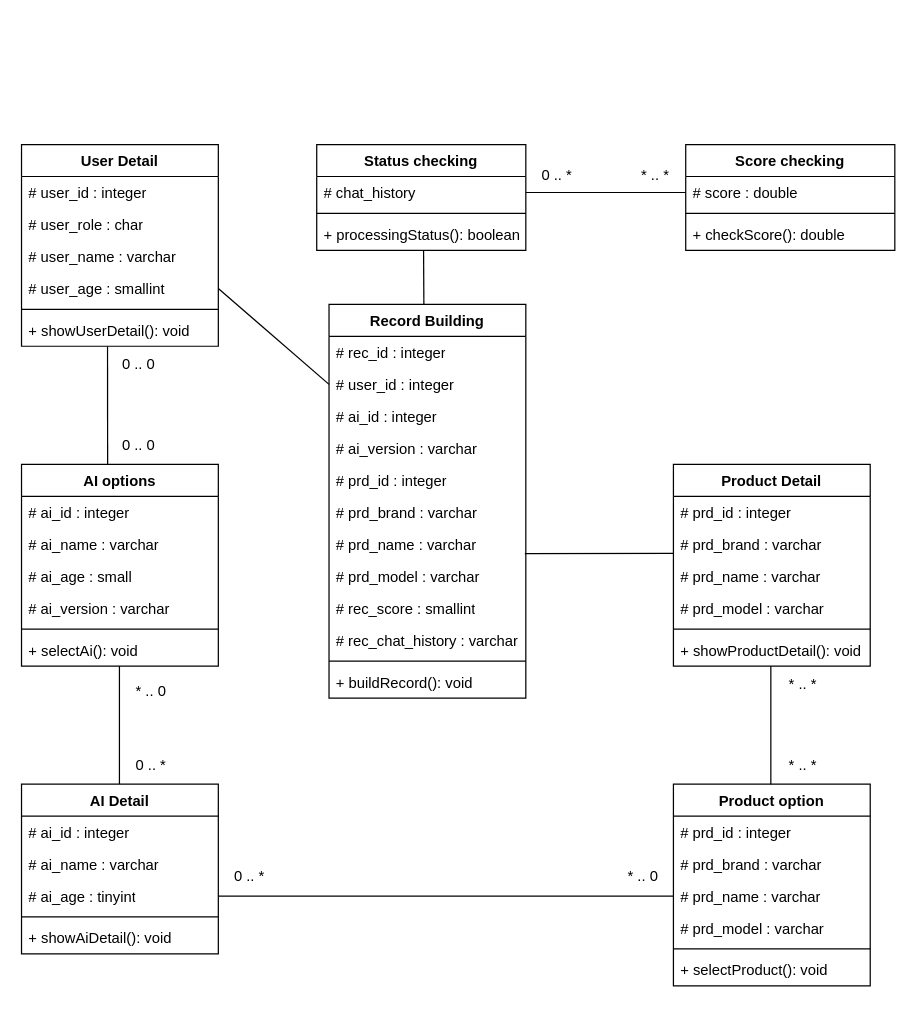
University-Bangkok-JW/cs497-project keeps this draw.io diagram as page "System Function" (1 of 2) of diagrams/class_diagram_design.drawio. Above is the earlier version. Source tidied: cells renumbered, new cells numbered last; positions are measured from the earlier drawing's top-left corner, leaving out a move shared by most shapes. Both pictures are drawn from the tidied source at 123%, with x=0, y=0 at pixel (21, 144).
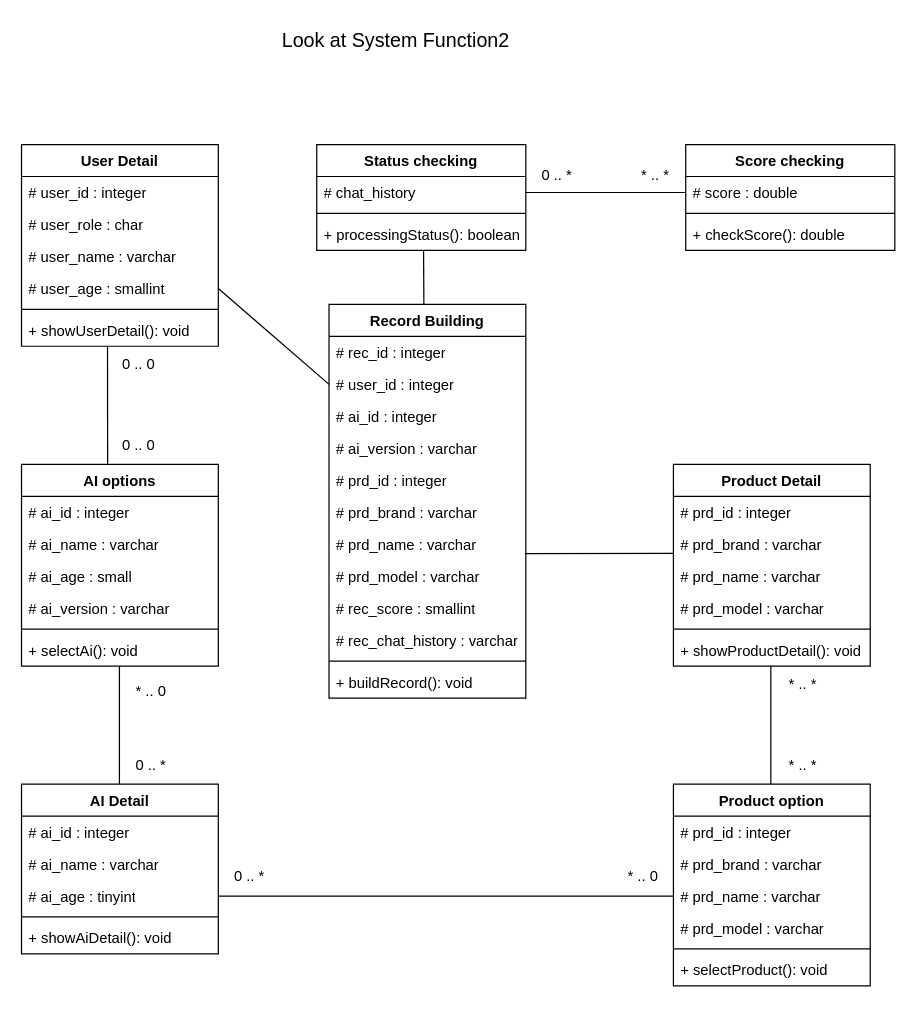
Above is the later version.

Commit message:
Save warning in System Function

Change to the diagram source:
```diff
@@
+    <mxCell id="75" value="Look at&amp;nbsp;System Function2" style="text;html=1;align=center;verticalAlign=middle;strokeColor=none;fillColor=none;fontSize=16;" parent="1" vertex="1">
+      <mxGeometry x="199" y="-100" width="210" height="30" as="geometry" />
+    </mxCell>
```
